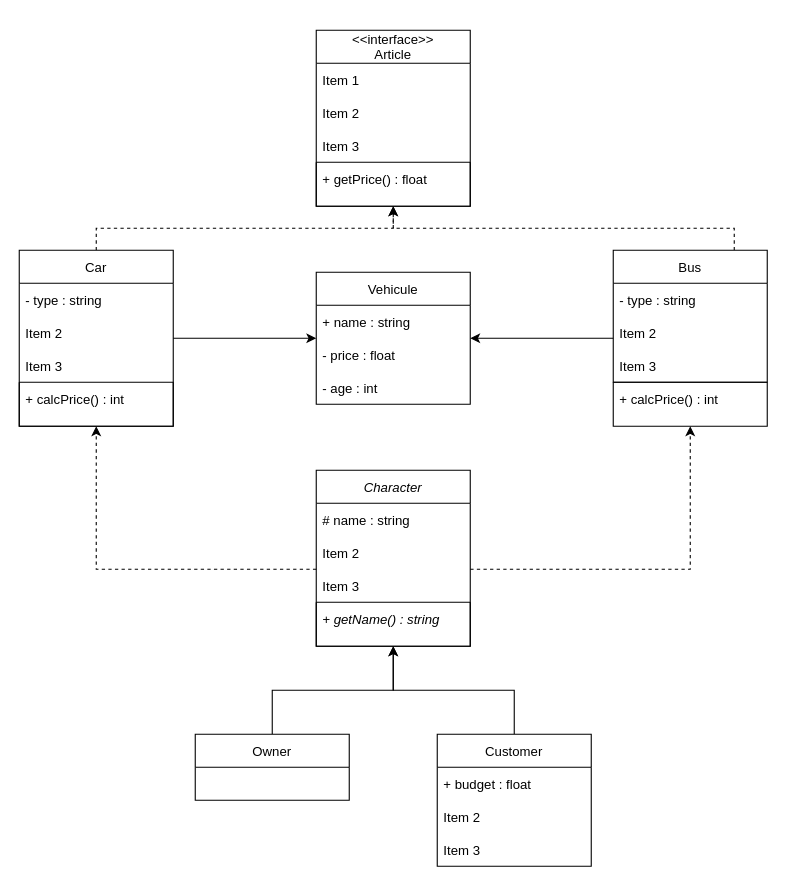
The draw.io diagram Untitled Diagram.drawio in apprendre-php/eval-poo, before the edit. Source tidied: cells renumbered, new cells numbered last; positions are measured from the earlier drawing's top-left corner, leaving out a move shared by most shapes. Both pictures are drawn from the tidied source at 110%, with x=0, y=0 at pixel (19, 30).
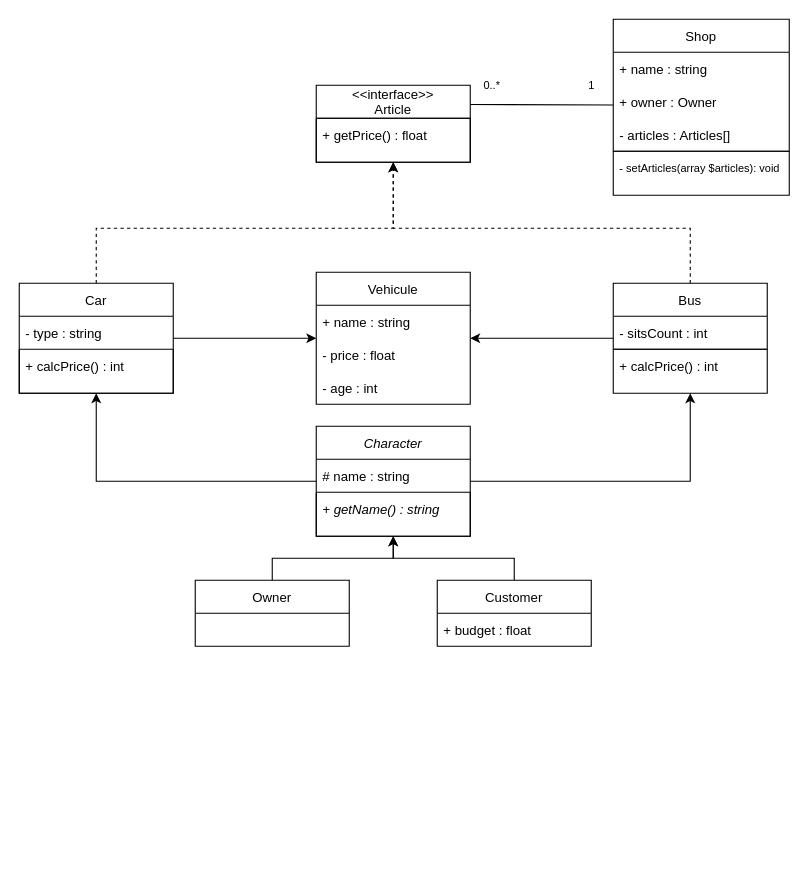
The same page after the edit.

The edit, as a diff of the source:
```diff
@@
-    <mxCell id="2" style="edgeStyle=orthogonalEdgeStyle;rounded=0;jettySize=auto;html=1;entryX=0.5;entryY=1;entryDx=0;entryDy=0;dashed=1;" parent="1" edge="1" source="3" target="40">
+    <mxCell id="2" style="edgeStyle=orthogonalEdgeStyle;rounded=0;jettySize=auto;html=1;entryX=0.5;entryY=1;entryDx=0;entryDy=0;" parent="1" edge="1" source="3" target="40">
       <mxGeometry relative="1" as="geometry">
         <Array as="points">
-          <mxPoint x="610" y="490" />
+          <mxPoint x="610" y="410" />
         </Array>
       </mxGeometry>
     </mxCell>
     <mxCell id="3" value="Character" style="swimlane;fontStyle=2;horizontal=1;startSize=30;" parent="1" vertex="1">
-      <mxGeometry x="270" y="400" width="140" height="160" as="geometry" />
+      <mxGeometry x="270" y="360" width="140" height="100" as="geometry" />
     </mxCell>
@@
-    <mxCell id="5" value="Item 2" style="text;strokeColor=none;fillColor=none;align=left;verticalAlign=middle;spacingLeft=4;spacingRight=4;overflow=hidden;" parent="3" vertex="1">
-      <mxGeometry y="60" width="140" height="30" as="geometry" />
-    </mxCell>
-    <mxCell id="6" value="Item 3" style="text;strokeColor=none;fillColor=none;align=left;verticalAlign=middle;spacingLeft=4;spacingRight=4;overflow=hidden;points=[[0,0.5],[1,0.5]];portConstraint=eastwest;" parent="3" vertex="1">
-      <mxGeometry y="90" width="140" height="30" as="geometry" />
-    </mxCell>
     <mxCell id="7" style="swimlane;startSize=0;" parent="3" vertex="1">
-      <mxGeometry y="120" width="140" height="40" as="geometry" />
+      <mxGeometry y="60" width="140" height="40" as="geometry" />
     </mxCell>
@@
     <mxCell id="11" value="Owner" style="swimlane;fontStyle=0;horizontal=1;startSize=30;" parent="1" vertex="1">
-      <mxGeometry x="160" y="640" width="140" height="60" as="geometry" />
+      <mxGeometry x="160" y="500" width="140" height="60" as="geometry" />
     </mxCell>
@@
     <mxCell id="13" value="Customer" style="swimlane;fontStyle=0;horizontal=1;startSize=30;" parent="1" vertex="1">
-      <mxGeometry x="380" y="640" width="140" height="120" as="geometry" />
+      <mxGeometry x="380" y="500" width="140" height="60" as="geometry" />
     </mxCell>
@@
-    <mxCell id="15" value="Item 2" style="text;strokeColor=none;fillColor=none;align=left;verticalAlign=middle;spacingLeft=4;spacingRight=4;overflow=hidden;" parent="13" vertex="1">
-      <mxGeometry y="60" width="140" height="30" as="geometry" />
-    </mxCell>
-    <mxCell id="16" value="Item 3" style="text;strokeColor=none;fillColor=none;align=left;verticalAlign=middle;spacingLeft=4;spacingRight=4;overflow=hidden;" parent="13" vertex="1">
-      <mxGeometry y="90" width="140" height="30" as="geometry" />
-    </mxCell>
     <mxCell id="17" value="&lt;&lt;interface&gt;&gt;&#10;Article" style="swimlane;fontStyle=0;horizontal=1;startSize=30;" parent="1" vertex="1">
-      <mxGeometry x="270" width="140" height="160" as="geometry" />
+      <mxGeometry x="270" y="50" width="140" height="70" as="geometry" />
     </mxCell>
-    <mxCell id="18" value="Item 1" style="text;strokeColor=none;fillColor=none;align=left;verticalAlign=middle;spacingLeft=4;spacingRight=4;overflow=hidden;" parent="17" vertex="1">
-      <mxGeometry y="30" width="140" height="30" as="geometry" />
-    </mxCell>
-    <mxCell id="19" value="Item 2" style="text;strokeColor=none;fillColor=none;align=left;verticalAlign=middle;spacingLeft=4;spacingRight=4;overflow=hidden;" parent="17" vertex="1">
-      <mxGeometry y="60" width="140" height="30" as="geometry" />
-    </mxCell>
-    <mxCell id="20" value="Item 3" style="text;strokeColor=none;fillColor=none;align=left;verticalAlign=middle;spacingLeft=4;spacingRight=4;overflow=hidden;" parent="17" vertex="1">
-      <mxGeometry y="90" width="140" height="30" as="geometry" />
-    </mxCell>
     <mxCell id="21" style="swimlane;startSize=0;" parent="17" vertex="1">
-      <mxGeometry y="120" width="140" height="40" as="geometry" />
+      <mxGeometry y="30" width="140" height="40" as="geometry" />
     </mxCell>
+    <mxCell id="33" value="+ getPrice() : float" style="text;strokeColor=none;fillColor=none;align=left;verticalAlign=middle;spacingLeft=4;spacingRight=4;overflow=hidden;fontStyle=0;" parent="21" vertex="1">
+      <mxGeometry width="140" height="30" as="geometry" />
+    </mxCell>
@@
     <mxCell id="24" value="Car" style="swimlane;fontStyle=0;horizontal=1;startSize=30;" parent="1" vertex="1">
-      <mxGeometry y="200" width="140" height="160" as="geometry" />
+      <mxGeometry y="230" width="140" height="100" as="geometry" />
     </mxCell>
@@
-    <mxCell id="26" value="Item 2" style="text;strokeColor=none;fillColor=none;align=left;verticalAlign=middle;spacingLeft=4;spacingRight=4;overflow=hidden;" parent="24" vertex="1">
-      <mxGeometry y="60" width="140" height="30" as="geometry" />
-    </mxCell>
-    <mxCell id="27" value="Item 3" style="text;strokeColor=none;fillColor=none;align=left;verticalAlign=middle;spacingLeft=4;spacingRight=4;overflow=hidden;" parent="24" vertex="1">
-      <mxGeometry y="90" width="140" height="30" as="geometry" />
-    </mxCell>
     <mxCell id="28" style="swimlane;startSize=0;" parent="24" vertex="1">
-      <mxGeometry y="120" width="140" height="40" as="geometry" />
+      <mxGeometry y="60" width="140" height="40" as="geometry" />
     </mxCell>
+    <mxCell id="42" value="+ calcPrice() : int" style="text;strokeColor=none;fillColor=none;align=left;verticalAlign=middle;spacingLeft=4;spacingRight=4;overflow=hidden;fontStyle=0;" parent="28" vertex="1">
+      <mxGeometry width="140" height="30" as="geometry" />
+    </mxCell>
@@
-    <mxCell id="33" value="+ getPrice() : float" style="text;strokeColor=none;fillColor=none;align=left;verticalAlign=middle;spacingLeft=4;spacingRight=4;overflow=hidden;fontStyle=0;" parent="1" vertex="1">
-      <mxGeometry x="270" y="120" width="140" height="30" as="geometry" />
-    </mxCell>
@@
     <mxCell id="35" style="edgeStyle=orthogonalEdgeStyle;rounded=0;jettySize=auto;html=1;dashed=1;" parent="1" edge="1" source="36" target="17">
       <mxGeometry relative="1" as="geometry">
         <Array as="points">
-          <mxPoint x="650" y="180" />
+          <mxPoint x="610" y="180" />
           <mxPoint x="340" y="180" />
         </Array>
       </mxGeometry>
     </mxCell>
     <mxCell id="36" value="Bus" style="swimlane;fontStyle=0;horizontal=1;startSize=30;" parent="1" vertex="1">
-      <mxGeometry x="540" y="200" width="140" height="120" as="geometry" />
+      <mxGeometry x="540" y="230" width="140" height="60" as="geometry" />
     </mxCell>
-    <mxCell id="37" value="- type : string" style="text;strokeColor=none;fillColor=none;align=left;verticalAlign=middle;spacingLeft=4;spacingRight=4;overflow=hidden;" parent="36" vertex="1">
+    <mxCell id="37" value="- sitsCount : int" style="text;strokeColor=none;fillColor=none;align=left;verticalAlign=middle;spacingLeft=4;spacingRight=4;overflow=hidden;" parent="36" vertex="1">
       <mxGeometry y="30" width="140" height="30" as="geometry" />
     </mxCell>
-    <mxCell id="38" value="Item 2" style="text;strokeColor=none;fillColor=none;align=left;verticalAlign=middle;spacingLeft=4;spacingRight=4;overflow=hidden;" parent="36" vertex="1">
-      <mxGeometry y="60" width="140" height="30" as="geometry" />
-    </mxCell>
-    <mxCell id="39" value="Item 3" style="text;strokeColor=none;fillColor=none;align=left;verticalAlign=middle;spacingLeft=4;spacingRight=4;overflow=hidden;" parent="36" vertex="1">
-      <mxGeometry y="90" width="140" height="30" as="geometry" />
-    </mxCell>
     <mxCell id="40" style="swimlane;startSize=0;" parent="1" vertex="1">
-      <mxGeometry x="540" y="320" width="140" height="40" as="geometry" />
+      <mxGeometry x="540" y="290" width="140" height="40" as="geometry" />
     </mxCell>
+    <mxCell id="43" style="edgeStyle=orthogonalEdgeStyle;rounded=0;jettySize=auto;html=1;" parent="1" edge="1" target="24">
+      <mxGeometry relative="1" as="geometry">
+        <mxPoint x="270" y="410" as="sourcePoint" />
+        <Array as="points">
+          <mxPoint x="270" y="410" />
+          <mxPoint x="70" y="410" />
+        </Array>
+      </mxGeometry>
+    </mxCell>
+    <mxCell id="44" value="Shop" style="swimlane;fontStyle=0;horizontal=1;startSize=30;" parent="1" vertex="1">
+      <mxGeometry x="540" y="-10" width="160" height="120" as="geometry" />
+    </mxCell>
+    <mxCell id="45" value="+ name : string" style="text;strokeColor=none;fillColor=none;align=left;verticalAlign=middle;spacingLeft=4;spacingRight=4;overflow=hidden;" parent="44" vertex="1">
+      <mxGeometry y="30" width="160" height="30" as="geometry" />
+    </mxCell>
+    <mxCell id="46" value="+ owner : Owner" style="text;strokeColor=none;fillColor=none;align=left;verticalAlign=middle;spacingLeft=4;spacingRight=4;overflow=hidden;" parent="44" vertex="1">
+      <mxGeometry y="60" width="160" height="30" as="geometry" />
+    </mxCell>
+    <mxCell id="47" value="- articles : Articles[]" style="text;strokeColor=none;fillColor=none;align=left;verticalAlign=middle;spacingLeft=4;spacingRight=4;overflow=hidden;" parent="44" vertex="1">
+      <mxGeometry y="90" width="160" height="30" as="geometry" />
+    </mxCell>
+    <mxCell id="48" value="1" style="edgeStyle=orthogonalEdgeStyle;rounded=0;jettySize=auto;html=1;fontSize=10;endArrow=none;endFill=0;entryX=1;entryY=0.25;entryDx=0;entryDy=0;" parent="1" edge="1" target="17">
+      <mxGeometry x="-0.05" y="-18" relative="1" as="geometry">
+        <mxPoint x="460" y="68" as="sourcePoint" />
+        <Array as="points">
+          <mxPoint x="540" y="68" />
+        </Array>
+      </mxGeometry>
+    </mxCell>
+    <mxCell id="49" style="swimlane;startSize=0;" parent="1" vertex="1">
+      <mxGeometry x="540" y="110" width="160" height="40" as="geometry" />
+    </mxCell>
+    <mxCell id="50" value="- setArticles(array $articles): void" style="text;strokeColor=none;fillColor=none;align=left;verticalAlign=middle;spacingLeft=4;spacingRight=4;overflow=hidden;fontSize=10;" parent="49" vertex="1">
+      <mxGeometry width="160" height="30" as="geometry" />
+    </mxCell>
+    <mxCell id="51" value="0..*" style="text;html=1;strokeColor=none;fillColor=none;align=center;verticalAlign=middle;whiteSpace=wrap;rounded=0;fontSize=10;" parent="1" vertex="1">
+      <mxGeometry x="400" y="35" width="60" height="30" as="geometry" />
+    </mxCell>
-    <mxCell id="41" value="+ calcPrice() : int" style="text;strokeColor=none;fillColor=none;align=left;verticalAlign=middle;spacingLeft=4;spacingRight=4;overflow=hidden;fontStyle=0;" parent="40" vertex="1">
-      <mxGeometry width="140" height="30" as="geometry" />
+    <mxCell id="41" value="+ calcPrice() : int" style="text;strokeColor=none;fillColor=none;align=left;verticalAlign=middle;spacingLeft=4;spacingRight=4;overflow=hidden;fontStyle=0;" parent="1" vertex="1">
+      <mxGeometry x="540" y="290" width="140" height="30" as="geometry" />
     </mxCell>
-    <mxCell id="42" value="+ calcPrice() : int" style="text;strokeColor=none;fillColor=none;align=left;verticalAlign=middle;spacingLeft=4;spacingRight=4;overflow=hidden;fontStyle=0;" parent="1" vertex="1">
-      <mxGeometry y="320" width="140" height="30" as="geometry" />
-    </mxCell>
-    <mxCell id="43" style="edgeStyle=orthogonalEdgeStyle;rounded=0;jettySize=auto;html=1;dashed=1;" parent="1" edge="1" source="6" target="24">
-      <mxGeometry relative="1" as="geometry">
-        <Array as="points">
-          <mxPoint x="70" y="490" />
-        </Array>
-      </mxGeometry>
-    </mxCell>
```
